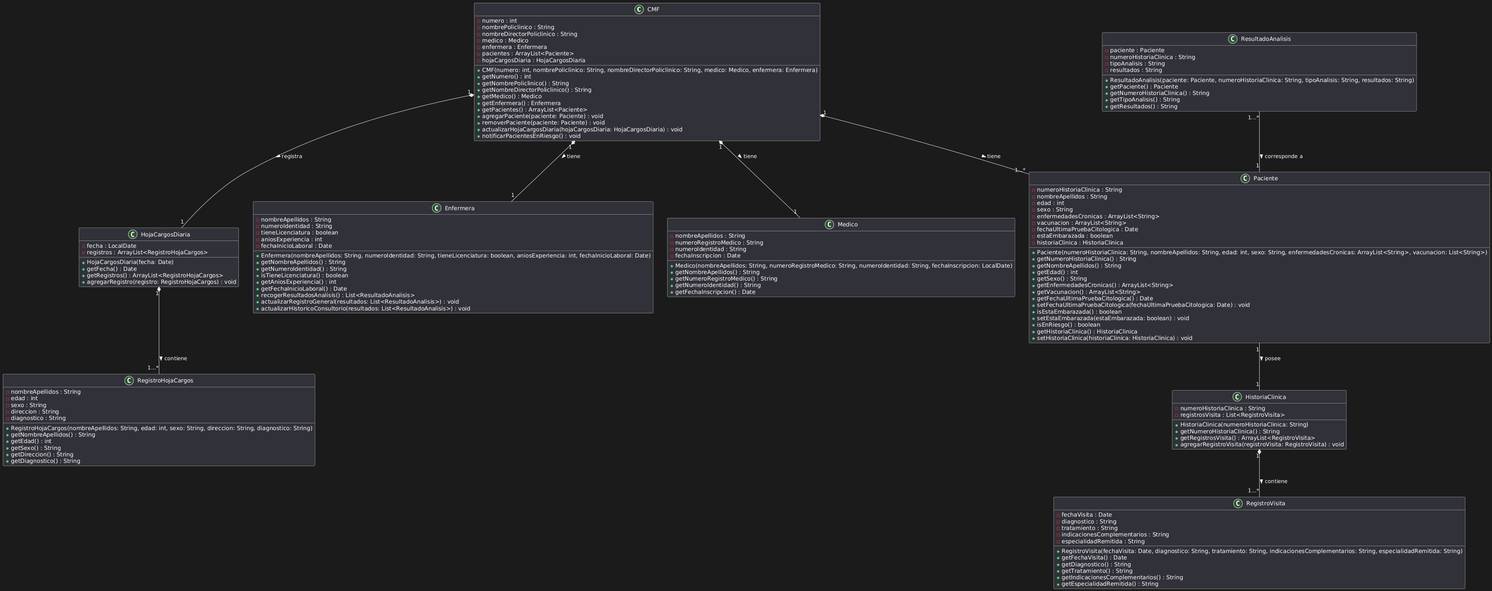
Before: UML.png, a diagram exported from PlantUML (dnielpy/tarea-final).
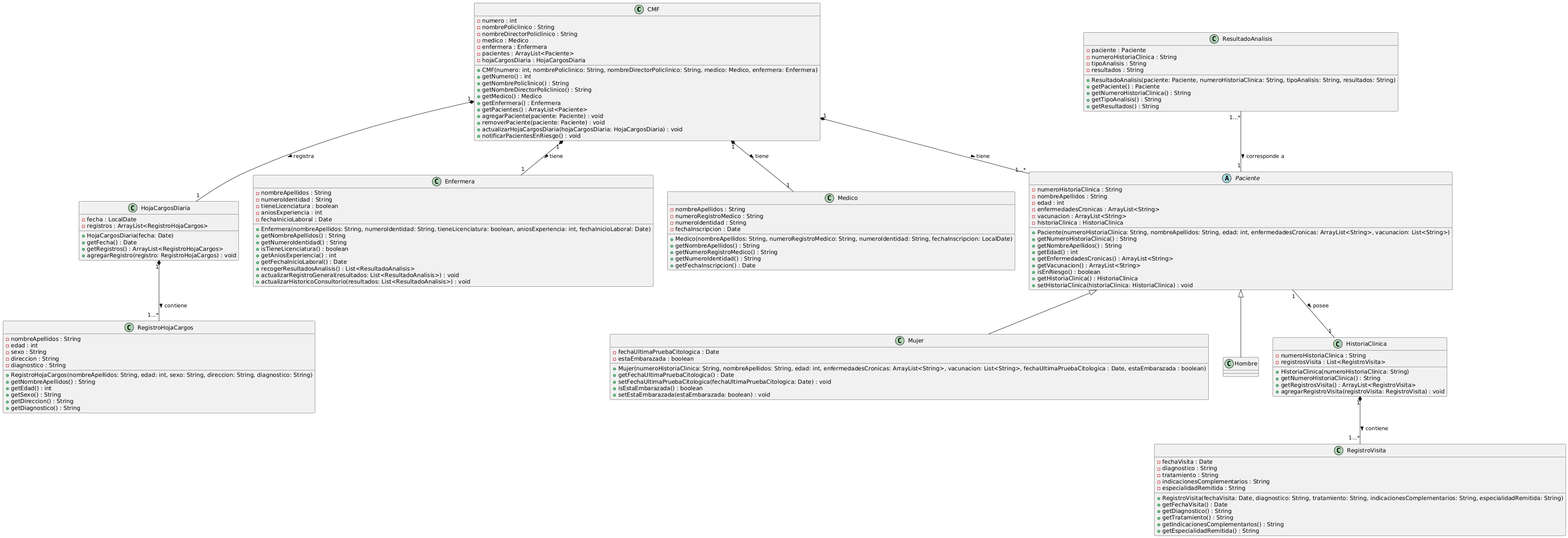
The same file after the commit.

Commit message:
feat(uml): actualizado el diagrama

What changed in the source:
```diff
@@ -54,30 +54,35 @@
     + actualizarHistoricoConsultorio(resultados: List<ResultadoAnalisis>) : void
 }
 
-class Paciente {
+abstract class Paciente {
     - numeroHistoriaClinica : String
     - nombreApellidos : String
     - edad : int
-    - sexo : String
     - enfermedadesCronicas : ArrayList<String>
     - vacunacion : ArrayList<String>
-    - fechaUltimaPruebaCitologica : Date
-    - estaEmbarazada : boolean
     - historiaClinica : HistoriaClinica
-    + Paciente(numeroHistoriaClinica: String, nombreApellidos: String, edad: int, sexo: String, enfermedadesCronicas: ArrayList<String>, vacunacion: List<String>)
+    + Paciente(numeroHistoriaClinica: String, nombreApellidos: String, edad: int, enfermedadesCronicas: ArrayList<String>, vacunacion: List<String>)
     + getNumeroHistoriaClinica() : String
     + getNombreApellidos() : String
     + getEdad() : int
-    + getSexo() : String
     + getEnfermedadesCronicas() : ArrayList<String>
     + getVacunacion() : ArrayList<String>
+    + isEnRiesgo() : boolean
+    + getHistoriaClinica() : HistoriaClinica
+    + setHistoriaClinica(historiaClinica: HistoriaClinica) : void
+}
+
+class Mujer {
+    - fechaUltimaPruebaCitologica : Date
+    - estaEmbarazada : boolean
+    + Mujer(numeroHistoriaClinica: String, nombreApellidos: String, edad: int, enfermedadesCronicas: ArrayList<String>, vacunacion: List<String>, fechaUltimaPruebaCitologica : Date, estaEmbarazada : boolean)
     + getFechaUltimaPruebaCitologica() : Date
     + setFechaUltimaPruebaCitologica(fechaUltimaPruebaCitologica: Date) : void
     + isEstaEmbarazada() : boolean
     + setEstaEmbarazada(estaEmbarazada: boolean) : void
-    + isEnRiesgo() : boolean
-    + getHistoriaClinica() : HistoriaClinica
-    + setHistoriaClinica(historiaClinica: HistoriaClinica) : void
+}
+
+class Hombre {
 }
 
 class HojaCargosDiaria {
@@ -145,6 +150,8 @@
 
 CMF "1" *-- "1" Medico : tiene >
 CMF "1" *-- "1" Enfermera : tiene >
+Paciente <|-- Mujer
+Paciente <|-- Hombre
 CMF "1" *-- "1...*" Paciente : tiene >
 CMF "1" *-- "1" HojaCargosDiaria : registra >
 HojaCargosDiaria "1" *-- "1...*" RegistroHojaCargos : contiene >
```
